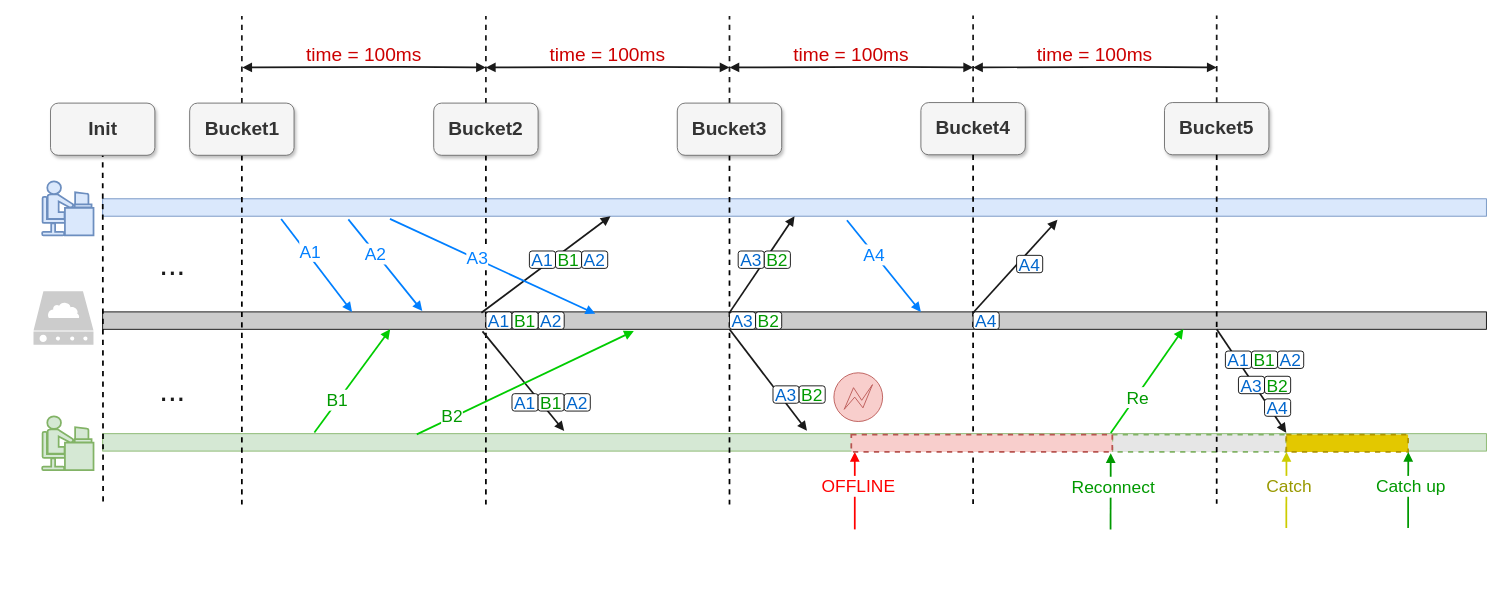
Earlier version of the draw.io diagram page "Bucket LockStep 2.0 的副本" (17 of 50) of booming/Booming ypwangv8.0 final new 104ppt-17.drawio (yrdimple/flowChart). Source tidied: cells renumbered, new cells numbered last; positions are measured from the earlier drawing's top-left corner, leaving out a move shared by most shapes. Both pictures are drawn from the tidied source at 87%, with x=0, y=0 at pixel (33, 15).
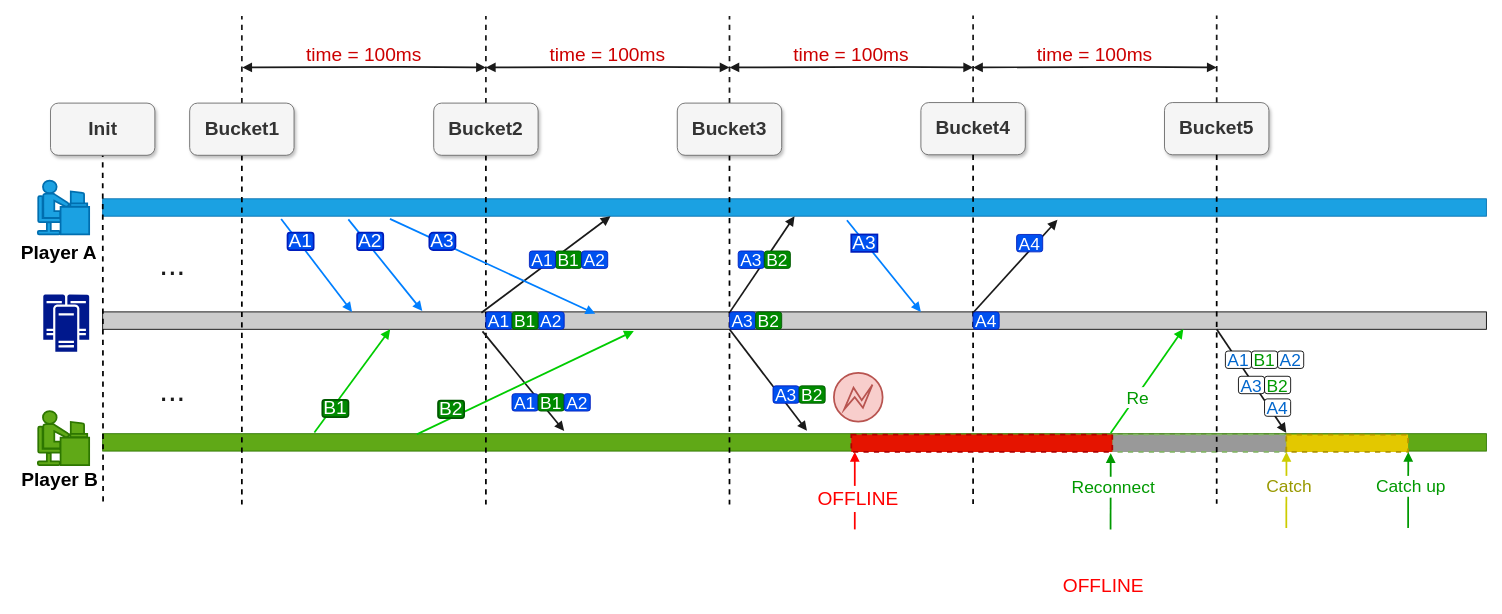
The same page after the edit.

The change refers to these unchanged cells:
```xml
<mxCell id="11" style="endArrow=block;html=1;rounded=0;strokeWidth=2;fillColor=#dae8fc;gradientColor=#7ea6e0;strokeColor=#007FFF;endFill=1;fontSize=20;exitX=0.129;exitY=1.156;exitDx=0;exitDy=0;exitPerimeter=0;entryX=0.218;entryY=0;entryDx=0;entryDy=0;entryPerimeter=0;" parent="1" edge="1" source="4">
  <mxGeometry relative="1" as="geometry">
    <mxPoint x="366.2" y="341" as="targetPoint" />
  </mxGeometry>
</mxCell>
<mxCell id="13" style="endArrow=block;html=1;rounded=0;strokeWidth=2;fillColor=#ffff88;strokeColor=#00CC00;fontColor=#009900;endFill=1;fontSize=20;exitX=0.153;exitY=-0.067;exitDx=0;exitDy=0;exitPerimeter=0;" parent="1" edge="1" source="3">
  <mxGeometry relative="1" as="geometry">
    <mxPoint x="410" y="361" as="targetPoint" />
  </mxGeometry>
</mxCell>
<mxCell id="22" style="endArrow=block;html=1;rounded=0;strokeWidth=2;fillColor=#dae8fc;gradientColor=#7ea6e0;strokeColor=#007FFF;entryX=0.231;entryY=-0.051;entryDx=0;entryDy=0;exitX=0.209;exitY=1.185;exitDx=0;exitDy=0;exitPerimeter=0;endFill=1;fontSize=20;entryPerimeter=0;" parent="1" edge="1" target="2">
  <mxGeometry relative="1" as="geometry">
    <mxPoint x="361.9" y="234.7" as="sourcePoint" />
  </mxGeometry>
</mxCell>
<mxCell id="24" style="endArrow=block;html=1;rounded=0;strokeWidth=2;fillColor=#dae8fc;gradientColor=#7ea6e0;strokeColor=#007FFF;exitX=0.391;exitY=1.156;exitDx=0;exitDy=0;exitPerimeter=0;endFill=1;fontSize=20;entryX=0.356;entryY=0.108;entryDx=0;entryDy=0;entryPerimeter=0;" parent="1" edge="1" target="2">
  <mxGeometry relative="1" as="geometry">
    <mxPoint x="409.7" y="234.1" as="sourcePoint" />
  </mxGeometry>
</mxCell>
<mxCell id="26" style="endArrow=block;html=1;rounded=0;strokeWidth=2;exitX=0.227;exitY=0.039;exitDx=0;exitDy=0;exitPerimeter=0;fillColor=#ffff88;strokeColor=#00CC00;fontColor=#009900;endFill=1;fontSize=20;" parent="1" edge="1" source="3">
  <mxGeometry relative="1" as="geometry">
    <mxPoint x="690" y="363" as="targetPoint" />
  </mxGeometry>
</mxCell>
<mxCell id="61" style="endArrow=block;html=1;rounded=0;strokeWidth=2;entryX=0;entryY=1;entryDx=0;entryDy=0;fillColor=#f8cecc;strokeColor=#FF0000;endFill=1;fontSize=20;" parent="1" edge="1">
  <mxGeometry relative="1" as="geometry">
    <mxPoint x="944" y="591" as="sourcePoint" />
    <mxPoint x="944" y="502" as="targetPoint" />
  </mxGeometry>
</mxCell>
<mxCell id="85" style="endArrow=block;html=1;rounded=0;strokeWidth=2;fillColor=#dae8fc;gradientColor=#7ea6e0;strokeColor=#007FFF;entryX=0.231;entryY=-0.051;entryDx=0;entryDy=0;exitX=0.209;exitY=1.185;exitDx=0;exitDy=0;exitPerimeter=0;endFill=1;fontSize=20;entryPerimeter=0;" parent="1" edge="1">
  <mxGeometry relative="1" as="geometry">
    <mxPoint x="935" y="235.7" as="sourcePoint" />
    <mxPoint x="1020" y="341" as="targetPoint" />
  </mxGeometry>
</mxCell>
```

Change to the diagram source:
```diff
@@
-    <mxCell id="3" style="rounded=0;whiteSpace=wrap;html=1;fillColor=#d5e8d4;strokeColor=#82b366;" parent="1" vertex="1">
+    <mxCell id="3" style="rounded=0;whiteSpace=wrap;html=1;fillColor=#60a917;strokeColor=#2D7600;fontColor=#ffffff;" parent="1" vertex="1">
       <mxGeometry x="79.5" y="481" width="1590.5" height="20" as="geometry" />
     </mxCell>
-    <mxCell id="4" style="rounded=0;whiteSpace=wrap;html=1;fillColor=#dae8fc;strokeColor=#6c8ebf;" parent="1" vertex="1">
+    <mxCell id="4" style="rounded=0;whiteSpace=wrap;html=1;fillColor=#1ba1e2;strokeColor=#006EAF;fontColor=#ffffff;" parent="1" vertex="1">
       <mxGeometry x="79.5" y="211" width="1590.5" height="20" as="geometry" />
     </mxCell>
@@
-    <mxCell id="12" value="A1" style="edgeLabel;html=1;align=center;verticalAlign=middle;fontSize=20;fontColor=#007FFF;" parent="11" vertex="1">
-      <mxGeometry x="-0.27" y="5" relative="1" as="geometry">
-        <mxPoint x="-1" as="offset" />
-      </mxGeometry>
-    </mxCell>
@@
-    <mxCell id="14" value="B1" style="edgeLabel;html=1;align=center;verticalAlign=middle;fontSize=20;fontColor=#009900;" parent="13" vertex="1">
-      <mxGeometry x="-0.38" y="2" relative="1" as="geometry" />
-    </mxCell>
@@
-    <mxCell id="23" value="A2" style="edgeLabel;html=1;align=center;verticalAlign=middle;fontSize=20;fontColor=#007FFF;" parent="22" vertex="1">
-      <mxGeometry x="-0.29" relative="1" as="geometry">
-        <mxPoint y="1" as="offset" />
-      </mxGeometry>
-    </mxCell>
@@
-    <mxCell id="25" value="A3" style="edgeLabel;html=1;align=center;verticalAlign=middle;fontSize=20;fontColor=#007FFF;" parent="24" vertex="1">
-      <mxGeometry x="-0.17" y="1" relative="1" as="geometry">
-        <mxPoint x="1" as="offset" />
-      </mxGeometry>
-    </mxCell>
@@
-    <mxCell id="27" value="&lt;font style=&quot;font-size: 20px;&quot;&gt;B2&lt;/font&gt;" style="edgeLabel;html=1;align=center;verticalAlign=middle;fontSize=27;fontColor=#009900;" parent="26" vertex="1">
-      <mxGeometry x="-0.67" y="3" relative="1" as="geometry">
-        <mxPoint y="-1" as="offset" />
-      </mxGeometry>
-    </mxCell>
@@
-    <mxCell id="33" value="A1" style="rounded=1;whiteSpace=wrap;html=1;fontSize=20;fontColor=#0066CC;strokeWidth=1;fillColor=default;gradientColor=none;" parent="1" vertex="1">
+    <mxCell id="33" value="A1" style="rounded=1;whiteSpace=wrap;html=1;fontSize=20;fontColor=#ffffff;strokeWidth=1;fillColor=#0050ef;strokeColor=#001DBC;" parent="1" vertex="1">
       <mxGeometry x="520" y="341" width="30" height="20" as="geometry" />
     </mxCell>
-    <mxCell id="34" value="A2" style="rounded=1;whiteSpace=wrap;html=1;fontSize=20;fontColor=#0066CC;strokeWidth=1;fillColor=default;" parent="1" vertex="1">
+    <mxCell id="34" value="A2" style="rounded=1;whiteSpace=wrap;html=1;fontSize=20;fontColor=#ffffff;strokeWidth=1;fillColor=#0050ef;strokeColor=#001DBC;" parent="1" vertex="1">
       <mxGeometry x="580" y="341" width="30" height="20" as="geometry" />
     </mxCell>
-    <mxCell id="35" value="B1" style="rounded=1;whiteSpace=wrap;html=1;fontSize=20;fontColor=#009900;strokeWidth=1;fillColor=default;" parent="1" vertex="1">
+    <mxCell id="35" value="B1" style="rounded=1;whiteSpace=wrap;html=1;fontSize=20;fontColor=#ffffff;strokeWidth=1;fillColor=#008a00;strokeColor=#005700;" parent="1" vertex="1">
       <mxGeometry x="550" y="341" width="30" height="20" as="geometry" />
     </mxCell>
@@
-    <mxCell id="39" style="sketch=0;html=1;strokeColor=none;shadow=0;align=center;verticalAlign=top;fillColor=#CCCCCC;shape=mxgraph.gcp2.cloud_server;fontSize=15;" parent="1" vertex="1">
-      <mxGeometry y="317.3" width="69" height="61.4" as="geometry" />
-    </mxCell>
-    <mxCell id="40" style="shape=mxgraph.cisco.people.androgenous_person;html=1;dashed=0;fillColor=#dae8fc;strokeColor=#6c8ebf;strokeWidth=2;verticalLabelPosition=bottom;verticalAlign=top;align=center;fontSize=15;" parent="1" vertex="1">
-      <mxGeometry x="10" y="191" width="59" height="62" as="geometry" />
-    </mxCell>
-    <mxCell id="41" style="shape=mxgraph.cisco.people.androgenous_person;html=1;dashed=0;fillColor=#d5e8d4;strokeColor=#82b366;strokeWidth=2;verticalLabelPosition=bottom;verticalAlign=top;align=center;fontSize=15;" parent="1" vertex="1">
-      <mxGeometry x="10" y="461" width="59" height="62" as="geometry" />
-    </mxCell>
-    <mxCell id="42" value="A3" style="rounded=1;whiteSpace=wrap;html=1;fontSize=20;fontColor=#0066CC;strokeWidth=1;fillColor=default;" parent="1" vertex="1">
+    <mxCell id="42" value="A3" style="rounded=1;whiteSpace=wrap;html=1;fontSize=20;fontColor=#ffffff;strokeWidth=1;fillColor=#0050ef;strokeColor=#001DBC;" parent="1" vertex="1">
       <mxGeometry x="800" y="341" width="30" height="20" as="geometry" />
     </mxCell>
-    <mxCell id="43" value="B1" style="rounded=1;whiteSpace=wrap;html=1;fontSize=20;fontColor=#009900;strokeWidth=1;fillColor=default;" parent="1" vertex="1">
+    <mxCell id="43" value="B1" style="rounded=1;whiteSpace=wrap;html=1;fontSize=20;fontColor=#ffffff;strokeWidth=1;fillColor=#008a00;strokeColor=#005700;" parent="1" vertex="1">
       <mxGeometry x="600" y="271" width="30" height="20" as="geometry" />
     </mxCell>
-    <mxCell id="44" value="A1" style="rounded=1;whiteSpace=wrap;html=1;fontSize=20;fontColor=#0066CC;strokeWidth=1;fillColor=default;gradientColor=none;" parent="1" vertex="1">
+    <mxCell id="44" value="A1" style="rounded=1;whiteSpace=wrap;html=1;fontSize=20;fontColor=#ffffff;strokeWidth=1;fillColor=#0050ef;strokeColor=#001DBC;" parent="1" vertex="1">
       <mxGeometry x="570" y="271" width="30" height="20" as="geometry" />
     </mxCell>
-    <mxCell id="45" value="A2" style="rounded=1;whiteSpace=wrap;html=1;fontSize=20;fontColor=#0066CC;strokeWidth=1;fillColor=default;" parent="1" vertex="1">
+    <mxCell id="45" value="A2" style="rounded=1;whiteSpace=wrap;html=1;fontSize=20;fontColor=#ffffff;strokeWidth=1;fillColor=#0050ef;strokeColor=#001DBC;" parent="1" vertex="1">
       <mxGeometry x="630" y="271" width="30" height="20" as="geometry" />
     </mxCell>
-    <mxCell id="46" value="A1" style="rounded=1;whiteSpace=wrap;html=1;fontSize=20;fontColor=#0066CC;strokeWidth=1;fillColor=default;gradientColor=none;" parent="1" vertex="1">
+    <mxCell id="46" value="A1" style="rounded=1;whiteSpace=wrap;html=1;fontSize=20;fontColor=#ffffff;strokeWidth=1;fillColor=#0050ef;strokeColor=#001DBC;" parent="1" vertex="1">
       <mxGeometry x="550" y="435" width="30" height="20" as="geometry" />
     </mxCell>
-    <mxCell id="47" value="B1" style="rounded=1;whiteSpace=wrap;html=1;fontSize=20;fontColor=#009900;strokeWidth=1;fillColor=default;" parent="1" vertex="1">
+    <mxCell id="47" value="B1" style="rounded=1;whiteSpace=wrap;html=1;fontSize=20;fontColor=#ffffff;strokeWidth=1;fillColor=#008a00;strokeColor=#005700;" parent="1" vertex="1">
       <mxGeometry x="580" y="435" width="30" height="20" as="geometry" />
     </mxCell>
-    <mxCell id="48" value="A2" style="rounded=1;whiteSpace=wrap;html=1;fontSize=20;fontColor=#0066CC;strokeWidth=1;fillColor=default;" parent="1" vertex="1">
+    <mxCell id="48" value="A2" style="rounded=1;whiteSpace=wrap;html=1;fontSize=20;fontColor=#ffffff;strokeWidth=1;fillColor=#0050ef;strokeColor=#001DBC;" parent="1" vertex="1">
       <mxGeometry x="610" y="435" width="30" height="20" as="geometry" />
     </mxCell>
-    <mxCell id="49" value="B2" style="rounded=1;whiteSpace=wrap;html=1;fontSize=20;fontColor=#009900;strokeWidth=1;fillColor=default;" parent="1" vertex="1">
+    <mxCell id="49" value="B2" style="rounded=1;whiteSpace=wrap;html=1;fontSize=20;fontColor=#ffffff;strokeWidth=1;fillColor=#008a00;strokeColor=#005700;" parent="1" vertex="1">
       <mxGeometry x="830" y="341" width="30" height="20" as="geometry" />
     </mxCell>
-    <mxCell id="50" value="A3" style="rounded=1;whiteSpace=wrap;html=1;fontSize=20;fontColor=#0066CC;strokeWidth=1;fillColor=default;" parent="1" vertex="1">
+    <mxCell id="50" value="A3" style="rounded=1;whiteSpace=wrap;html=1;fontSize=20;fontColor=#ffffff;strokeWidth=1;fillColor=#0050ef;strokeColor=#001DBC;" parent="1" vertex="1">
       <mxGeometry x="810" y="271" width="30" height="20" as="geometry" />
     </mxCell>
-    <mxCell id="51" value="B2" style="rounded=1;whiteSpace=wrap;html=1;fontSize=20;fontColor=#009900;strokeWidth=1;fillColor=default;" parent="1" vertex="1">
+    <mxCell id="51" value="B2" style="rounded=1;whiteSpace=wrap;html=1;fontSize=20;fontColor=#ffffff;strokeWidth=1;fillColor=#008a00;strokeColor=#005700;" parent="1" vertex="1">
       <mxGeometry x="840" y="271" width="30" height="20" as="geometry" />
     </mxCell>
-    <mxCell id="52" value="A3" style="rounded=1;whiteSpace=wrap;html=1;fontSize=20;fontColor=#0066CC;strokeWidth=1;fillColor=default;" parent="1" vertex="1">
+    <mxCell id="52" value="A3" style="rounded=1;whiteSpace=wrap;html=1;fontSize=20;fontColor=#ffffff;strokeWidth=1;fillColor=#0050ef;strokeColor=#001DBC;" parent="1" vertex="1">
       <mxGeometry x="850" y="426" width="30" height="20" as="geometry" />
     </mxCell>
-    <mxCell id="53" value="B2" style="rounded=1;whiteSpace=wrap;html=1;fontSize=20;fontColor=#009900;strokeWidth=1;fillColor=default;" parent="1" vertex="1">
+    <mxCell id="53" value="B2" style="rounded=1;whiteSpace=wrap;html=1;fontSize=20;fontColor=#ffffff;strokeWidth=1;fillColor=#008a00;strokeColor=#005700;" parent="1" vertex="1">
       <mxGeometry x="880" y="426" width="30" height="20" as="geometry" />
     </mxCell>
@@
-    <mxCell id="62" value="OFFLINE" style="edgeLabel;html=1;align=center;verticalAlign=middle;fontSize=20;fontColor=#FF0000;" parent="61" vertex="1">
-      <mxGeometry x="0.27" relative="1" as="geometry">
-        <mxPoint x="3" y="6" as="offset" />
-      </mxGeometry>
-    </mxCell>
@@
-    <mxCell id="73" style="rounded=0;whiteSpace=wrap;html=1;fillColor=#E6E6E6;strokeColor=#82b366;dashed=1;strokeWidth=2;" parent="1" vertex="1">
+    <mxCell id="73" style="rounded=0;whiteSpace=wrap;html=1;fillColor=#999999;strokeColor=#82b366;dashed=1;strokeWidth=2;" parent="1" vertex="1">
       <mxGeometry x="1240" y="482" width="200" height="20" as="geometry" />
     </mxCell>
@@
-    <mxCell id="75" style="shape=mxgraph.bpmn.event;html=1;verticalLabelPosition=bottom;labelBackgroundColor=#ffffff;verticalAlign=top;align=center;perimeter=ellipsePerimeter;outline=eventInt;symbol=error;fillColor=#f8cecc;strokeColor=#b85450;" parent="1" vertex="1">
+    <mxCell id="75" style="shape=mxgraph.bpmn.event;html=1;verticalLabelPosition=bottom;labelBackgroundColor=#ffffff;verticalAlign=top;align=center;perimeter=ellipsePerimeter;outline=eventInt;symbol=error;fillColor=#f8cecc;strokeColor=#b85450;strokeWidth=2;" parent="1" vertex="1">
       <mxGeometry x="920" y="411" width="56" height="56" as="geometry" />
     </mxCell>
-    <mxCell id="76" style="rounded=0;whiteSpace=wrap;html=1;fillColor=#f8cecc;strokeColor=#b85450;dashed=1;strokeWidth=2;" parent="1" vertex="1">
+    <mxCell id="76" style="rounded=0;whiteSpace=wrap;html=1;fillColor=#e51400;strokeColor=#B20000;dashed=1;strokeWidth=2;fontColor=#ffffff;" parent="1" vertex="1">
       <mxGeometry x="940" y="482" width="300" height="20" as="geometry" />
     </mxCell>
@@
-    <mxCell id="86" value="A4" style="edgeLabel;html=1;align=center;verticalAlign=middle;fontSize=20;fontColor=#007FFF;" parent="85" vertex="1">
-      <mxGeometry x="-0.29" relative="1" as="geometry">
-        <mxPoint y="1" as="offset" />
-      </mxGeometry>
-    </mxCell>
@@
-    <mxCell id="88" value="A4" style="rounded=1;whiteSpace=wrap;html=1;fontSize=20;fontColor=#0066CC;strokeWidth=1;fillColor=default;" parent="1" vertex="1">
-      <mxGeometry x="1130" y="276" width="30" height="20" as="geometry" />
+    <mxCell id="88" value="A4" style="rounded=1;whiteSpace=wrap;html=1;fontSize=20;fontColor=#ffffff;strokeWidth=1;fillColor=#0050ef;strokeColor=#001DBC;" parent="1" vertex="1">
+      <mxGeometry x="1130" y="252" width="30" height="20" as="geometry" />
     </mxCell>
-    <mxCell id="89" value="A4" style="rounded=1;whiteSpace=wrap;html=1;fontSize=20;fontColor=#0066CC;strokeWidth=1;fillColor=default;" parent="1" vertex="1">
+    <mxCell id="89" value="A4" style="rounded=1;whiteSpace=wrap;html=1;fontSize=20;fontColor=#ffffff;strokeWidth=1;fillColor=#0050ef;strokeColor=#001DBC;" parent="1" vertex="1">
       <mxGeometry x="1080" y="341" width="30" height="20" as="geometry" />
     </mxCell>
@@
+    <mxCell id="93" style="shape=mxgraph.cisco.people.androgenous_person;html=1;dashed=0;fillColor=#1ba1e2;strokeColor=#006EAF;strokeWidth=2;verticalLabelPosition=bottom;verticalAlign=top;align=center;fontSize=22;fontColor=#ffffff;" parent="1" vertex="1">
+      <mxGeometry x="5" y="190" width="59" height="62" as="geometry" />
+    </mxCell>
+    <mxCell id="94" style="shape=mxgraph.cisco.people.androgenous_person;html=1;dashed=0;fillColor=#60a917;strokeColor=#2D7600;strokeWidth=2;verticalLabelPosition=bottom;verticalAlign=top;align=center;fontSize=22;fontColor=#ffffff;" parent="1" vertex="1">
+      <mxGeometry x="5" y="455" width="59" height="62" as="geometry" />
+    </mxCell>
+    <mxCell id="95" style="sketch=0;shadow=0;dashed=0;html=1;strokeColor=none;labelPosition=center;verticalLabelPosition=bottom;verticalAlign=top;align=center;fillColor=#00188D;shape=mxgraph.mscae.enterprise.cluster_server;rounded=0;fontSize=22;fontStyle=1;strokeWidth=3;" parent="1" vertex="1">
+      <mxGeometry x="11.2" y="321" width="52.8" height="65.9" as="geometry" />
+    </mxCell>
+    <mxCell id="96" value="&lt;font style=&quot;font-size: 22px;&quot;&gt;&lt;b style=&quot;font-size: 22px;&quot;&gt;Player A&lt;/b&gt;&lt;/font&gt;" style="rounded=0;whiteSpace=wrap;html=1;fillColor=none;strokeColor=none;fontSize=22;" parent="1" vertex="1">
+      <mxGeometry x="-21.5" y="256" width="101" height="35" as="geometry" />
+    </mxCell>
+    <mxCell id="97" value="&lt;font style=&quot;font-size: 22px;&quot;&gt;&lt;b style=&quot;font-size: 22px;&quot;&gt;Player B&lt;/b&gt;&lt;/font&gt;" style="rounded=0;whiteSpace=wrap;html=1;fillColor=none;strokeColor=none;fontSize=22;" parent="1" vertex="1">
+      <mxGeometry x="-19.5" y="517" width="99" height="35" as="geometry" />
+    </mxCell>
+    <mxCell id="12" value="A1" style="rounded=1;whiteSpace=wrap;html=1;fontSize=22;fontColor=#ffffff;strokeWidth=2;fillColor=#0050ef;strokeColor=#001DBC;" parent="1" vertex="1">
+      <mxGeometry x="292" y="250" width="30" height="20" as="geometry" />
+    </mxCell>
+    <mxCell id="23" value="A2" style="rounded=1;whiteSpace=wrap;html=1;fontSize=22;fontColor=#ffffff;strokeWidth=2;fillColor=#0050ef;strokeColor=#001DBC;" parent="1" vertex="1">
+      <mxGeometry x="372" y="250" width="30" height="20" as="geometry" />
+    </mxCell>
+    <mxCell id="98" value="A3" style="rounded=1;whiteSpace=wrap;html=1;fontSize=22;fontColor=#ffffff;strokeWidth=2;fillColor=#0050ef;strokeColor=#001DBC;arcSize=22;" parent="1" vertex="1">
+      <mxGeometry x="455" y="250" width="30" height="20" as="geometry" />
+    </mxCell>
+    <mxCell id="27" value="B2" style="rounded=1;whiteSpace=wrap;html=1;fontSize=22;fontColor=#ffffff;strokeWidth=2;fillColor=#008a00;strokeColor=#005700;" parent="1" vertex="1">
+      <mxGeometry x="465" y="443" width="30" height="20" as="geometry" />
+    </mxCell>
+    <mxCell id="14" value="B1" style="rounded=1;whiteSpace=wrap;html=1;fontSize=22;fontColor=#ffffff;strokeWidth=2;fillColor=#008a00;strokeColor=#005700;" parent="1" vertex="1">
+      <mxGeometry x="332" y="442" width="30" height="20" as="geometry" />
+    </mxCell>
+    <mxCell id="99" value="&lt;font color=&quot;#ff0000&quot;&gt;&lt;span style=&quot;font-size: 22px;&quot;&gt;OFFLINE&lt;/span&gt;&lt;/font&gt;" style="text;html=1;strokeColor=none;fillColor=default;align=center;verticalAlign=middle;whiteSpace=wrap;rounded=0;strokeWidth=2;" parent="1" vertex="1">
+      <mxGeometry x="908" y="541" width="80" height="30" as="geometry" />
+    </mxCell>
+    <mxCell id="100" value="A3" style="rounded=1;whiteSpace=wrap;html=1;fontSize=22;fontColor=#ffffff;strokeWidth=2;fillColor=#0050ef;strokeColor=#001DBC;arcSize=0;" parent="1" vertex="1">
+      <mxGeometry x="940" y="252" width="30" height="20" as="geometry" />
+    </mxCell>
+    <mxCell id="101" value="&lt;font color=&quot;#ff0000&quot;&gt;&lt;span style=&quot;font-size: 22px;&quot;&gt;OFFLINE&lt;/span&gt;&lt;/font&gt;" style="text;html=1;strokeColor=none;fillColor=default;align=center;verticalAlign=middle;whiteSpace=wrap;rounded=0;strokeWidth=2;" parent="1" vertex="1">
+      <mxGeometry x="1190" y="641" width="80" height="30" as="geometry" />
+    </mxCell>
```
